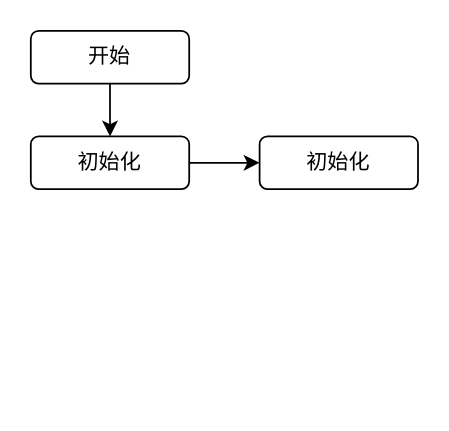
The draw.io diagram information/流程图/流程.drawio in xiaokai1213/bms_fc_project_251005, before the edit. Source tidied: cells renumbered, new cells numbered last; positions are measured from the earlier drawing's top-left corner, leaving out a move shared by most shapes. Both pictures are drawn from the tidied source at 176%, with x=0, y=0 at pixel (30, 30).
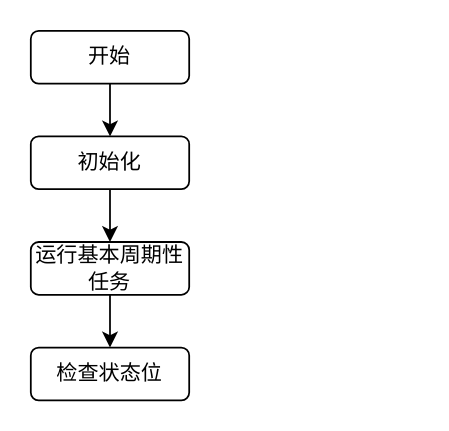
The same page after the edit.

Change to the diagram source:
```diff
@@
 <mxGraphModel>
   <root>
     <mxCell id="0" />
     <mxCell id="1" parent="0" />
     <mxCell id="2" style="edgeStyle=none;html=1;" parent="1" edge="1" source="3" target="5">
       <mxGeometry relative="1" as="geometry" />
     </mxCell>
     <mxCell id="3" value="开始" style="rounded=1;whiteSpace=wrap;html=1;" parent="1" vertex="1">
       <mxGeometry width="90" height="30" as="geometry" />
     </mxCell>
-    <mxCell id="4" style="edgeStyle=none;html=1;" parent="1" edge="1" source="5" target="6">
-      <mxGeometry relative="1" as="geometry" />
-    </mxCell>
+    <mxCell id="7" style="edgeStyle=none;html=1;" parent="1" edge="1" source="5" target="9">
+      <mxGeometry relative="1" as="geometry" />
+    </mxCell>
     <mxCell id="5" value="初始化" style="whiteSpace=wrap;html=1;rounded=1;" parent="1" vertex="1">
       <mxGeometry y="60" width="90" height="30" as="geometry" />
     </mxCell>
-    <mxCell id="6" value="初始化" style="whiteSpace=wrap;html=1;rounded=1;" parent="1" vertex="1">
-      <mxGeometry x="130" y="60" width="90" height="30" as="geometry" />
-    </mxCell>
+    <mxCell id="8" style="edgeStyle=none;html=1;" parent="1" edge="1" source="9" target="10">
+      <mxGeometry relative="1" as="geometry" />
+    </mxCell>
+    <mxCell id="9" value="运行基本周期性任务" style="whiteSpace=wrap;html=1;rounded=1;" parent="1" vertex="1">
+      <mxGeometry y="120" width="90" height="30" as="geometry" />
+    </mxCell>
+    <mxCell id="10" value="检查状态位" style="whiteSpace=wrap;html=1;rounded=1;" parent="1" vertex="1">
+      <mxGeometry y="180" width="90" height="30" as="geometry" />
+    </mxCell>
   </root>
 </mxGraphModel>
```
